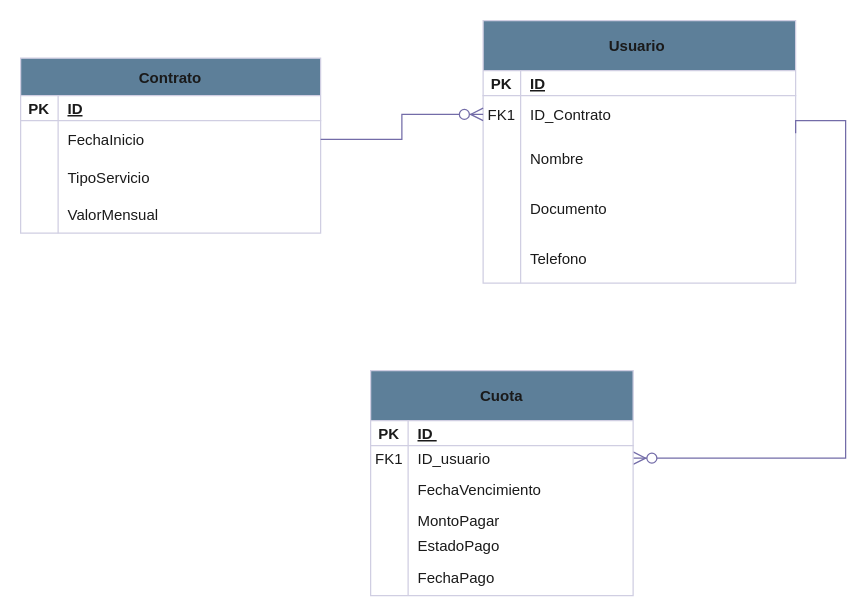
Ash-code12/Diagramas keeps this draw.io diagram as Modelo Relacional 4.drawio. Above is the earlier version. Source tidied: cells renumbered, new cells numbered last; positions are measured from the earlier drawing's top-left corner, leaving out a move shared by most shapes. Both pictures are drawn from the tidied source at 125%, with x=0, y=0 at pixel (20, 20).
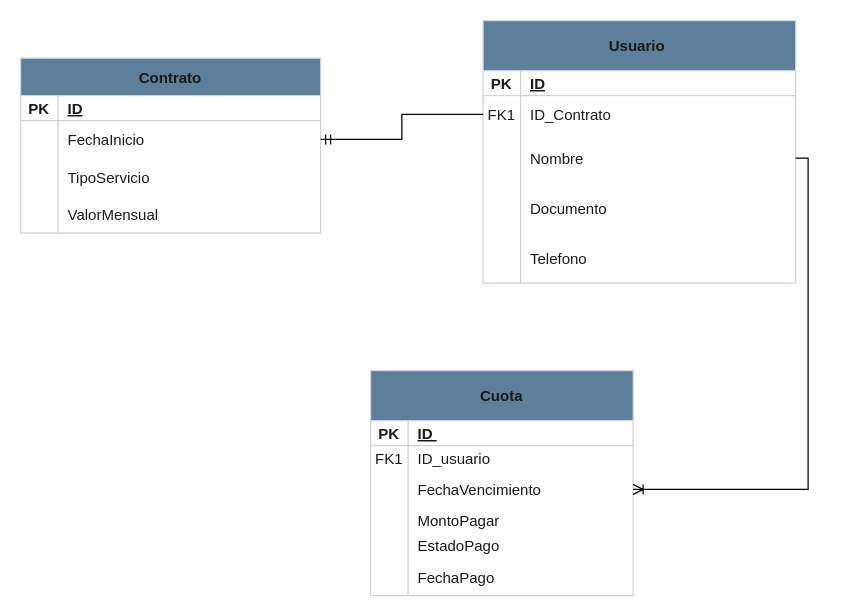
Above is the later version.

The change refers to these unchanged cells:
```xml
<mxCell id="6" style="shape=partialRectangle;fillColor=none;points=[[0,0.5],[1,0.5]];portConstraint=eastwest;top=0;left=0;right=0;bottom=0;labelBackgroundColor=none;strokeColor=#D0CEE2;fontColor=#1A1A1A;" parent="2" vertex="1">
  <mxGeometry y="50" width="240" height="30" as="geometry" />
</mxCell>
<mxCell id="19" style="shape=partialRectangle;fillColor=none;points=[[0,0.5],[1,0.5]];portConstraint=eastwest;top=0;left=0;right=0;bottom=0;labelBackgroundColor=none;strokeColor=#D0CEE2;fontColor=#1A1A1A;" parent="15" vertex="1">
  <mxGeometry y="60" width="250" height="30" as="geometry" />
</mxCell>
<mxCell id="22" style="shape=partialRectangle;fillColor=none;points=[[0,0.5],[1,0.5]];portConstraint=eastwest;top=0;left=0;right=0;bottom=0;labelBackgroundColor=none;strokeColor=#D0CEE2;fontColor=#1A1A1A;" parent="15" vertex="1">
  <mxGeometry y="90" width="250" height="40" as="geometry" />
</mxCell>
<mxCell id="37" style="shape=partialRectangle;fillColor=none;points=[[0,0.5],[1,0.5]];portConstraint=eastwest;top=0;left=0;right=0;bottom=0;labelBackgroundColor=none;strokeColor=#D0CEE2;fontColor=#1A1A1A;" parent="33" vertex="1">
  <mxGeometry y="60" width="210" height="20" as="geometry" />
</mxCell>
<mxCell id="40" style="shape=partialRectangle;fillColor=none;points=[[0,0.5],[1,0.5]];portConstraint=eastwest;top=0;left=0;right=0;bottom=0;labelBackgroundColor=none;strokeColor=#D0CEE2;fontColor=#1A1A1A;" parent="33" vertex="1">
  <mxGeometry y="80" width="210" height="30" as="geometry" />
</mxCell>
```

The edit, as a diff of the source:
```diff
@@
-    <mxCell id="31" style="edgeStyle=orthogonalEdgeStyle;fontSize=12;html=1;endArrow=ERzeroToMany;endFill=1;rounded=0;startSize=8;endSize=8;exitX=1;exitY=0.5;exitDx=0;exitDy=0;labelBackgroundColor=none;fontColor=default;strokeColor=#736CA8;" parent="1" edge="1" source="6" target="19">
-      <mxGeometry relative="1" as="geometry">
-        <Array as="points">
-          <mxPoint x="305" y="95" />
-          <mxPoint x="305" y="75" />
-        </Array>
-      </mxGeometry>
-    </mxCell>
-    <mxCell id="32" style="edgeStyle=orthogonalEdgeStyle;fontSize=12;html=1;endArrow=ERzeroToMany;endFill=1;rounded=0;startSize=8;endSize=8;entryX=1;entryY=0.5;entryDx=0;entryDy=0;exitX=1;exitY=0;exitDx=0;exitDy=0;exitPerimeter=0;labelBackgroundColor=none;fontColor=default;strokeColor=#736CA8;" parent="1" edge="1" source="22" target="37">
-      <mxGeometry relative="1" as="geometry">
-        <Array as="points">
-          <mxPoint x="620" y="80" />
-          <mxPoint x="660" y="80" />
-          <mxPoint x="660" y="350" />
-        </Array>
-      </mxGeometry>
-    </mxCell>
@@
+    <mxCell id="52" style="edgeStyle=orthogonalEdgeStyle;fontSize=12;html=1;endArrow=ERmandOne;rounded=0;entryX=1;entryY=0.5;entryDx=0;entryDy=0;exitX=0;exitY=0.5;exitDx=0;exitDy=0;" parent="1" edge="1" source="19" target="6">
+      <mxGeometry relative="1" as="geometry" />
+    </mxCell>
+    <mxCell id="53" style="edgeStyle=orthogonalEdgeStyle;fontSize=12;html=1;endArrow=ERoneToMany;rounded=0;exitX=1;exitY=0.5;exitDx=0;exitDy=0;entryX=1;entryY=0.5;entryDx=0;entryDy=0;" parent="1" edge="1" source="22" target="40">
+      <mxGeometry relative="1" as="geometry" />
+    </mxCell>
```
